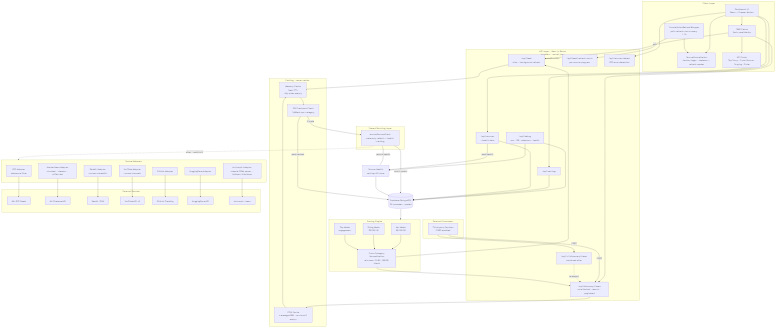
Before: docs/architecture.png, a diagram exported from Mermaid (yairbederman/AI-Trends-Dashboard). Its source is kept beside it as docs/architecture.mmd.
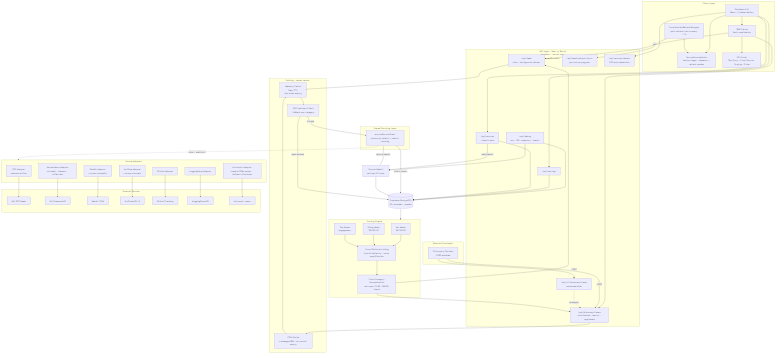
After the change.

Commit message:
Add cross-platform deduplication, signal linking & trending badge

Change to the diagram source:
```diff
@@ -46,6 +46,7 @@
         Hot[Hot Mode<br/>50/30/20]
         Rising[Rising Mode<br/>70/20/10]
         Top[Top Mode<br/>engagement]
+        CrossPlatform[Cross-Platform Linking<br/>hybrid similarity · score amplification]
         Normalize[Cross-Category Normalization<br/>min-max 15–85 · 80/20 blend]
     end
 
@@ -104,8 +105,9 @@
     Health --> DB
 
     DB --> Scoring
-    Hot --> Normalize
-    Rising --> Normalize
-    Top --> Normalize
+    Hot --> CrossPlatform
+    Rising --> CrossPlatform
+    Top --> CrossPlatform
+    CrossPlatform --> Normalize
     Normalize --> Feed
     Normalize --> Discovery
```
